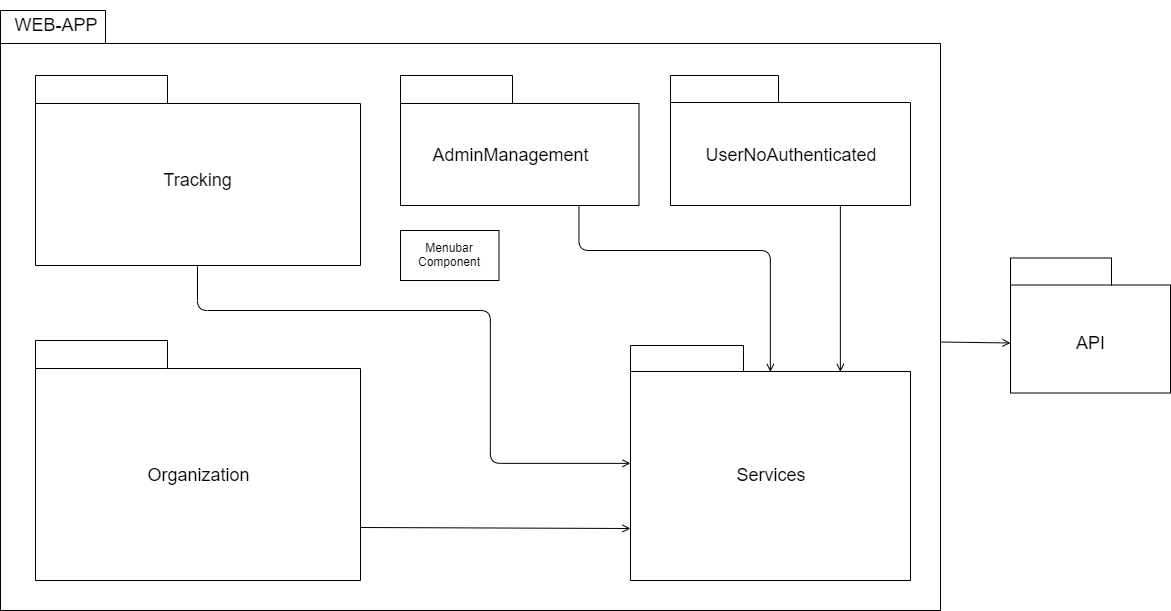
qb-team/Stalker-Documentazione keeps this draw.io diagram as DocumentazioneEsterna/ManualeSviluppatore/docs/Immagini/WebApp/PDiagram.png. Above is the earlier version. Source tidied: cells renumbered, new cells last; positions are measured from the earlier drawing's top-left corner, leaving out a move shared by most shapes.
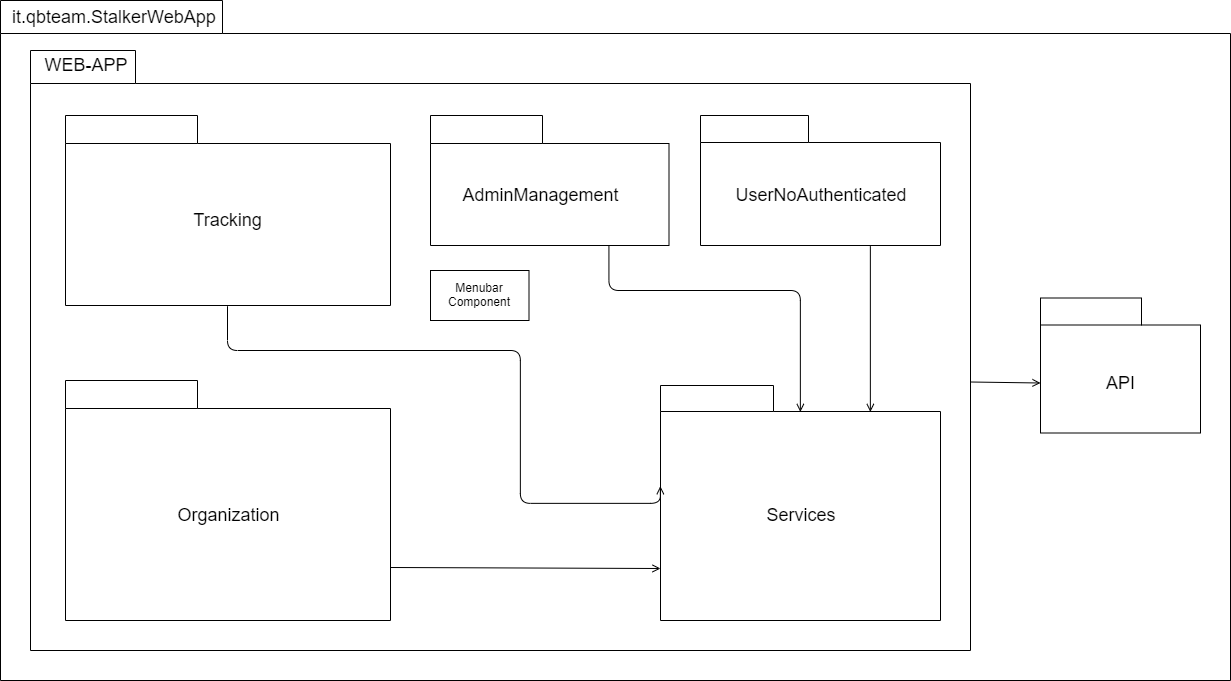
The same diagram one commit later.

Commit message:
sistemata immagine package

What changed in the source:
```diff
@@ -2,6 +2,9 @@
   <root>
     <mxCell id="0" />
     <mxCell id="1" parent="0" />
+    <mxCell id="22" style="shape=folder;fontStyle=1;spacingTop=10;tabWidth=222;tabHeight=33;tabPosition=left;html=1;fontColor=#000000;" parent="1" vertex="1">
+      <mxGeometry x="-30" y="-40" width="1230" height="680" as="geometry" />
+    </mxCell>
     <mxCell id="2" style="shape=folder;fontStyle=1;spacingTop=10;tabWidth=105;tabHeight=33;tabPosition=left;html=1;fontColor=#000000;" parent="1" vertex="1">
       <mxGeometry y="10" width="940" height="600" as="geometry" />
     </mxCell>
@@ -81,5 +84,8 @@
         </Array>
       </mxGeometry>
     </mxCell>
+    <mxCell id="23" value="&lt;font style=&quot;font-size: 18px&quot;&gt;it.qbteam.StalkerWebApp&lt;/font&gt;" style="text;html=1;" parent="1" vertex="1">
+      <mxGeometry x="-20" y="-40" width="80" height="30" as="geometry" />
+    </mxCell>
   </root>
 </mxGraphModel>
```
